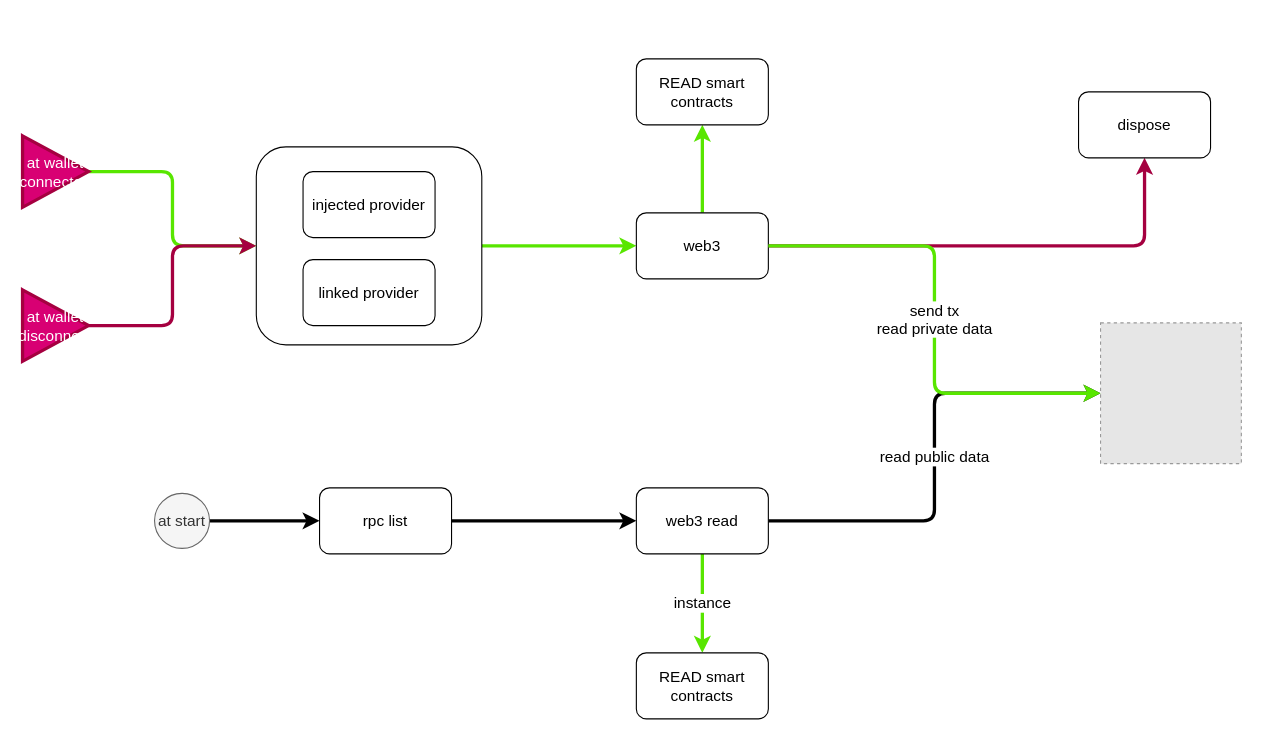
Earlier version of the draw.io diagram page "core c4" (2 of 3) of docs/celeste.drawio (Loque18/celeste-js). Source tidied: cells renumbered, new cells numbered last; positions are measured from the earlier drawing's top-left corner, leaving out a move shared by most shapes. Both pictures are drawn from the tidied source at 110%, with x=0, y=0 at pixel (22, 58). Pictures stored in the file or linked from it are replaced by grey dashed boxes.
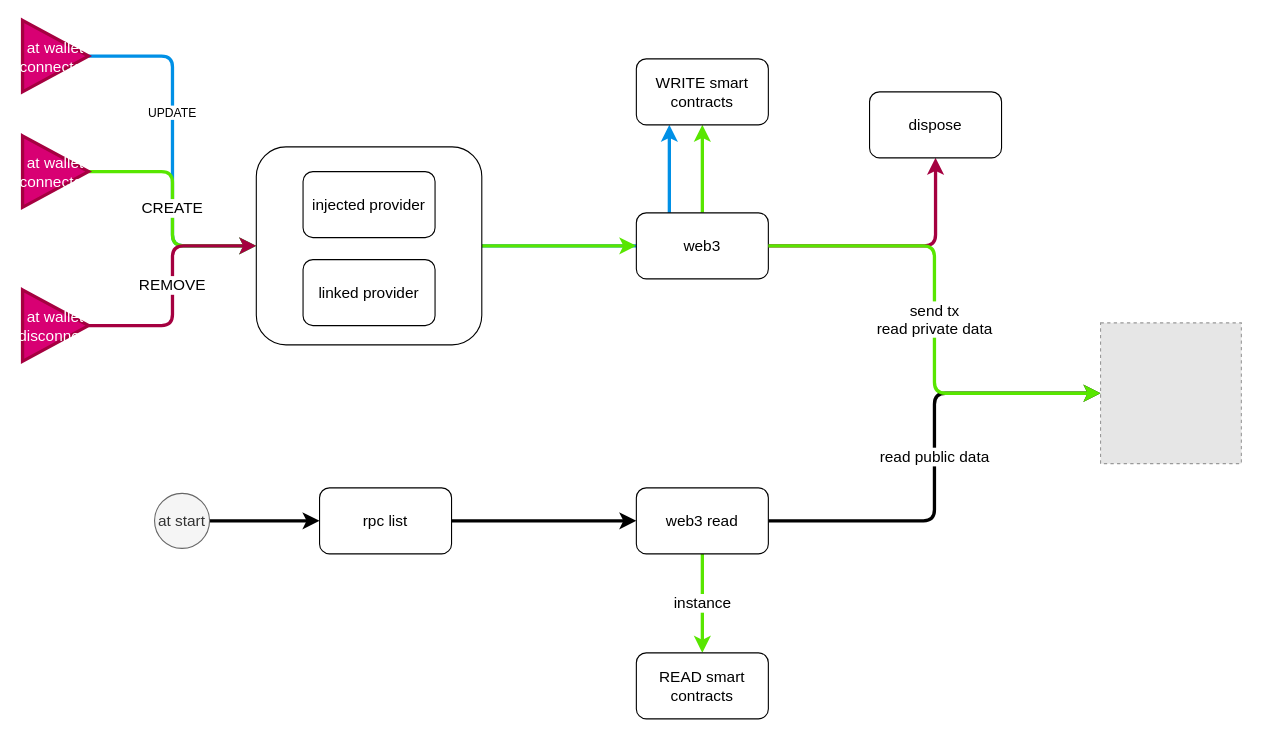
Above is the later version.

Unchanged cells that the change refers to:
```xml
<mxCell id="3" style="rounded=1;whiteSpace=wrap;html=1;strokeWidth=1;fontSize=14;" parent="1" vertex="1">
  <mxGeometry x="212.5" y="80" width="205" height="180" as="geometry" />
</mxCell>
<mxCell id="16" value="at wallet connected" style="triangle;whiteSpace=wrap;html=1;fillColor=#d80073;strokeColor=#A50040;fontColor=#ffffff;rotation=0;strokeWidth=3;fontSize=14;" parent="1" vertex="1">
  <mxGeometry y="70" width="60" height="65" as="geometry" />
</mxCell>
<mxCell id="19" value="at wallet&lt;br style=&quot;font-size: 14px;&quot;&gt;disconnect" style="triangle;whiteSpace=wrap;html=1;fillColor=#d80073;strokeColor=#A50040;fontColor=#ffffff;rotation=0;strokeWidth=3;fontSize=14;" parent="1" vertex="1">
  <mxGeometry y="210" width="60" height="65" as="geometry" />
</mxCell>
```

Change to the diagram source:
```diff
@@
+    <mxCell id="25" style="edgeStyle=orthogonalEdgeStyle;html=1;entryX=0.25;entryY=1;entryDx=0;entryDy=0;strokeWidth=3;fillColor=#1ba1e2;strokeColor=#0090E6;" parent="1" edge="1" source="3" target="22">
+      <mxGeometry relative="1" as="geometry" />
+    </mxCell>
+    <mxCell id="26" value="UPDATE" style="edgeStyle=orthogonalEdgeStyle;html=1;entryX=0;entryY=0.5;entryDx=0;entryDy=0;fillColor=#1ba1e2;strokeColor=#0090E6;strokeWidth=3;" parent="1" edge="1" source="27" target="3">
+      <mxGeometry x="-0.21" relative="1" as="geometry" />
+    </mxCell>
@@
-    <mxCell id="15" style="edgeStyle=orthogonalEdgeStyle;html=1;strokeColor=#58E600;strokeWidth=3;fontSize=14;fillColor=#60a917;" parent="1" edge="1" source="16" target="3">
+    <mxCell id="15" value="CREATE" style="edgeStyle=orthogonalEdgeStyle;html=1;strokeColor=#58E600;strokeWidth=3;fontSize=14;fillColor=#60a917;" parent="1" edge="1" source="16" target="3">
       <mxGeometry relative="1" as="geometry" />
     </mxCell>
@@
-    <mxCell id="18" style="edgeStyle=orthogonalEdgeStyle;html=1;entryX=0;entryY=0.5;entryDx=0;entryDy=0;fillColor=#d80073;strokeColor=#A50040;strokeWidth=3;fontSize=14;" parent="1" edge="1" source="19" target="3">
+    <mxCell id="18" value="REMOVE" style="edgeStyle=orthogonalEdgeStyle;html=1;entryX=0;entryY=0.5;entryDx=0;entryDy=0;fillColor=#d80073;strokeColor=#A50040;strokeWidth=3;fontSize=14;" parent="1" edge="1" source="19" target="3">
       <mxGeometry relative="1" as="geometry" />
     </mxCell>
@@
-    <mxCell id="22" value="READ smart contracts" style="rounded=1;whiteSpace=wrap;html=1;strokeWidth=1;fontSize=14;" parent="1" vertex="1">
+    <mxCell id="22" value="WRITE smart contracts" style="rounded=1;whiteSpace=wrap;html=1;strokeWidth=1;fontSize=14;" parent="1" vertex="1">
       <mxGeometry x="558" width="120" height="60" as="geometry" />
     </mxCell>
     <mxCell id="23" value="dispose" style="rounded=1;whiteSpace=wrap;html=1;strokeWidth=1;fontSize=14;" parent="1" vertex="1">
-      <mxGeometry x="960" y="30" width="120" height="60" as="geometry" />
+      <mxGeometry x="770" y="30" width="120" height="60" as="geometry" />
     </mxCell>
@@
+    <mxCell id="27" value="at wallet connected" style="triangle;whiteSpace=wrap;html=1;fillColor=#d80073;strokeColor=#A50040;fontColor=#ffffff;rotation=0;strokeWidth=3;fontSize=14;" parent="1" vertex="1">
+      <mxGeometry y="-35" width="60" height="65" as="geometry" />
+    </mxCell>
```
